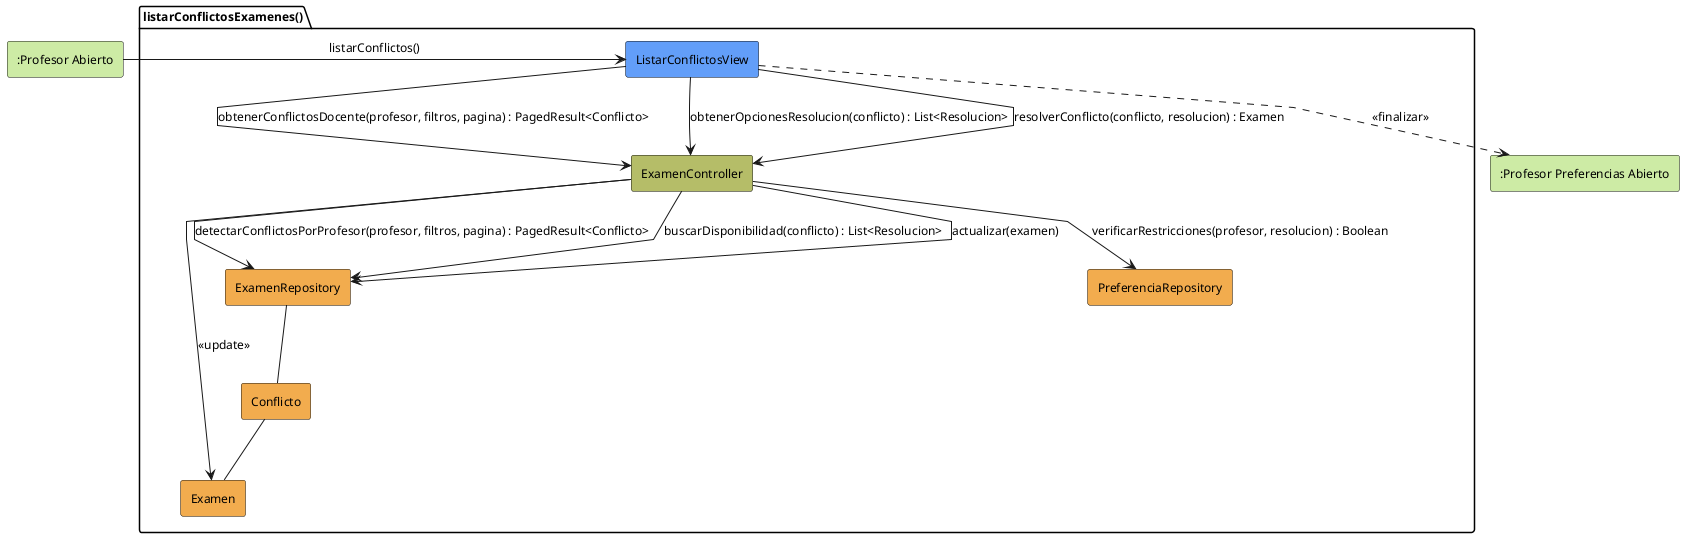
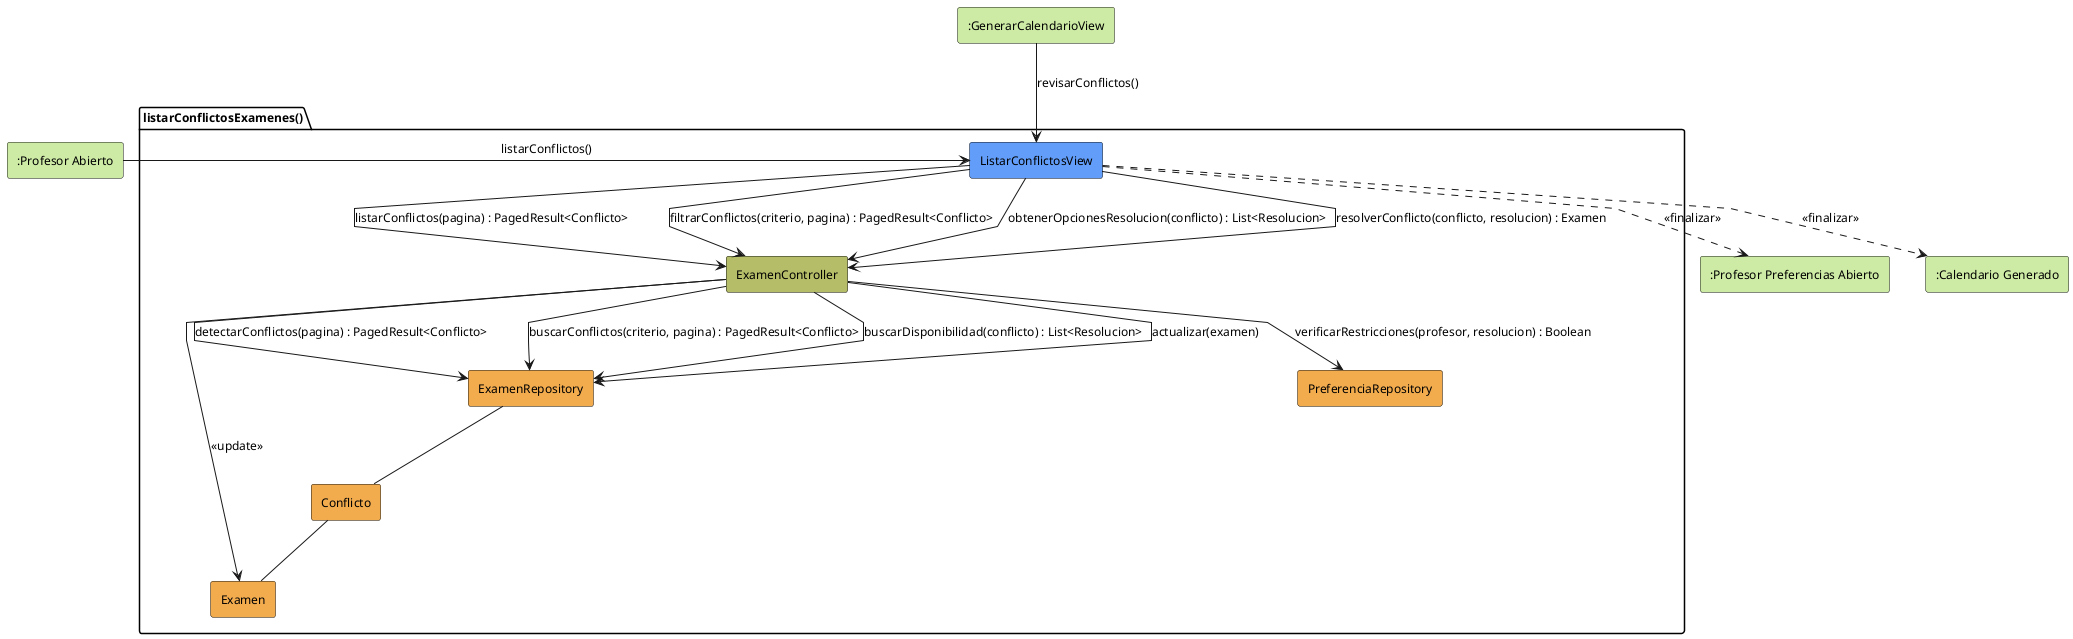
@startuml listarConflictosExamenes-analisis
skinparam backgroundColor white
skinparam shadowing false
skinparam DefaultFontColor black
skinparam DefaultFontSize 12
skinparam linetype polyline

rectangle #CDEBA5 ":Profesor Abierto" as ProfesorAbiertoEntrada
+ rectangle #CDEBA5 ":GenerarCalendarioView" as GenerarCalendarioEntrada

package listarConflictosExamenes as "listarConflictosExamenes()" {
    rectangle #629EF9 ListarConflictosView
    rectangle #b5bd68 ExamenController
    rectangle #F2AC4E ExamenRepository
    rectangle #F2AC4E PreferenciaRepository
    rectangle #F2AC4E Conflicto
    rectangle #F2AC4E Examen
}

rectangle #CDEBA5 ":Profesor Preferencias Abierto" as ProfesorPreferenciasSalida
+ rectangle #CDEBA5 ":Calendario Generado" as CalendarioGeneradoSalida

ProfesorAbiertoEntrada -r-> ListarConflictosView: listarConflictos()
+ GenerarCalendarioEntrada -d-> ListarConflictosView: revisarConflictos()

- ListarConflictosView -d-> ExamenController: obtenerConflictosDocente(profesor, filtros, pagina) : PagedResult<Conflicto>
- ExamenController -d-> ExamenRepository: detectarConflictosPorProfesor(profesor, filtros, pagina) : PagedResult<Conflicto>
+ ListarConflictosView -d-> ExamenController: listarConflictos(pagina) : PagedResult<Conflicto>
+ ExamenController -d-> ExamenRepository: detectarConflictos(pagina) : PagedResult<Conflicto>
+ 
+ ListarConflictosView -d-> ExamenController: filtrarConflictos(criterio, pagina) : PagedResult<Conflicto>
+ ExamenController -d-> ExamenRepository: buscarConflictos(criterio, pagina) : PagedResult<Conflicto>

ExamenRepository -- Conflicto
Conflicto -- Examen

ListarConflictosView -d-> ExamenController: obtenerOpcionesResolucion(conflicto) : List<Resolucion>
ExamenController -d-> ExamenRepository: buscarDisponibilidad(conflicto) : List<Resolucion>
ExamenController -d-> PreferenciaRepository: verificarRestricciones(profesor, resolucion) : Boolean

ListarConflictosView -d-> ExamenController: resolverConflicto(conflicto, resolucion) : Examen
ExamenController -r-> Examen: <<update>>
ExamenController -d-> ExamenRepository: actualizar(examen)

ListarConflictosView ..> ProfesorPreferenciasSalida: <<finalizar>>
+ ListarConflictosView ..> CalendarioGeneradoSalida: <<finalizar>>

@enduml
